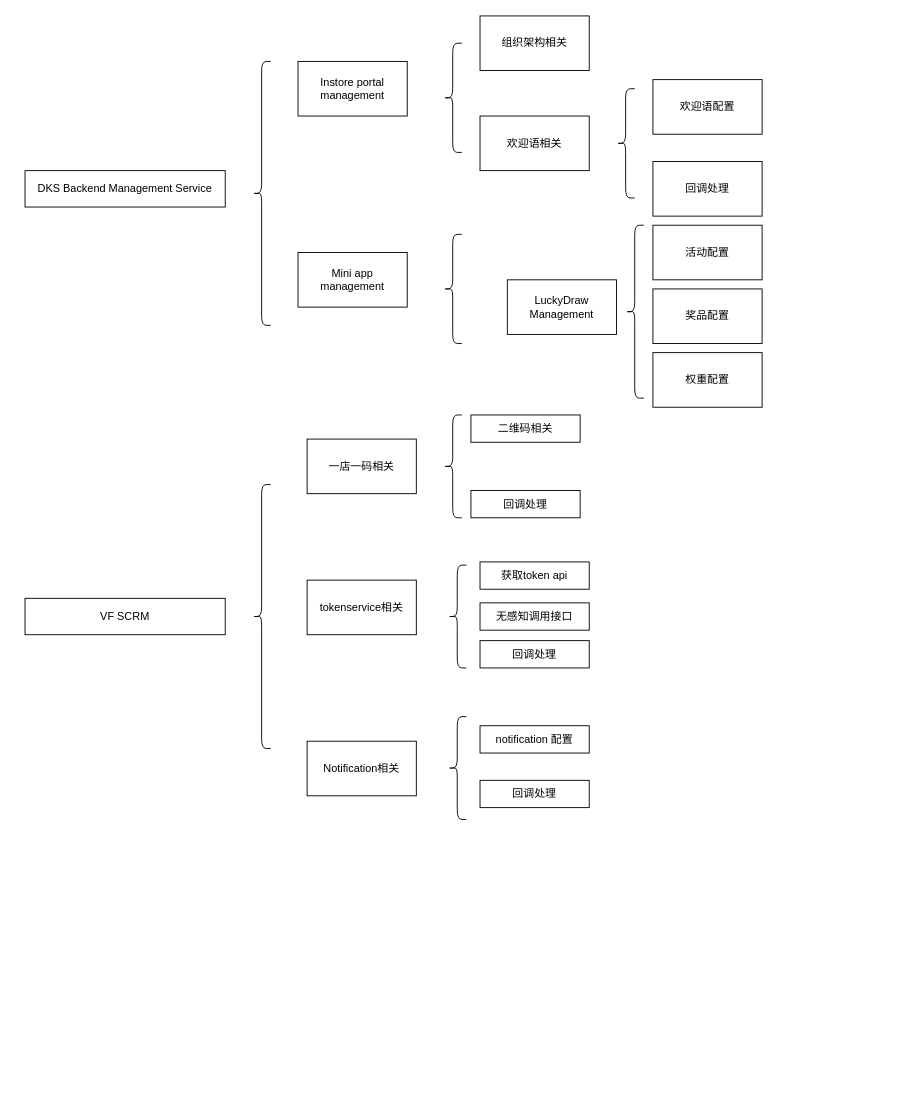
This is internal api list.drawio from yeahsyoung/diagram, a draw.io file, before an edit. Source tidied: cells renumbered, new cells numbered last; positions are measured from the earlier drawing's top-left corner, leaving out a move shared by most shapes. Both pictures are drawn from the tidied source at 91%, with x=0, y=0 at pixel (25, 15).
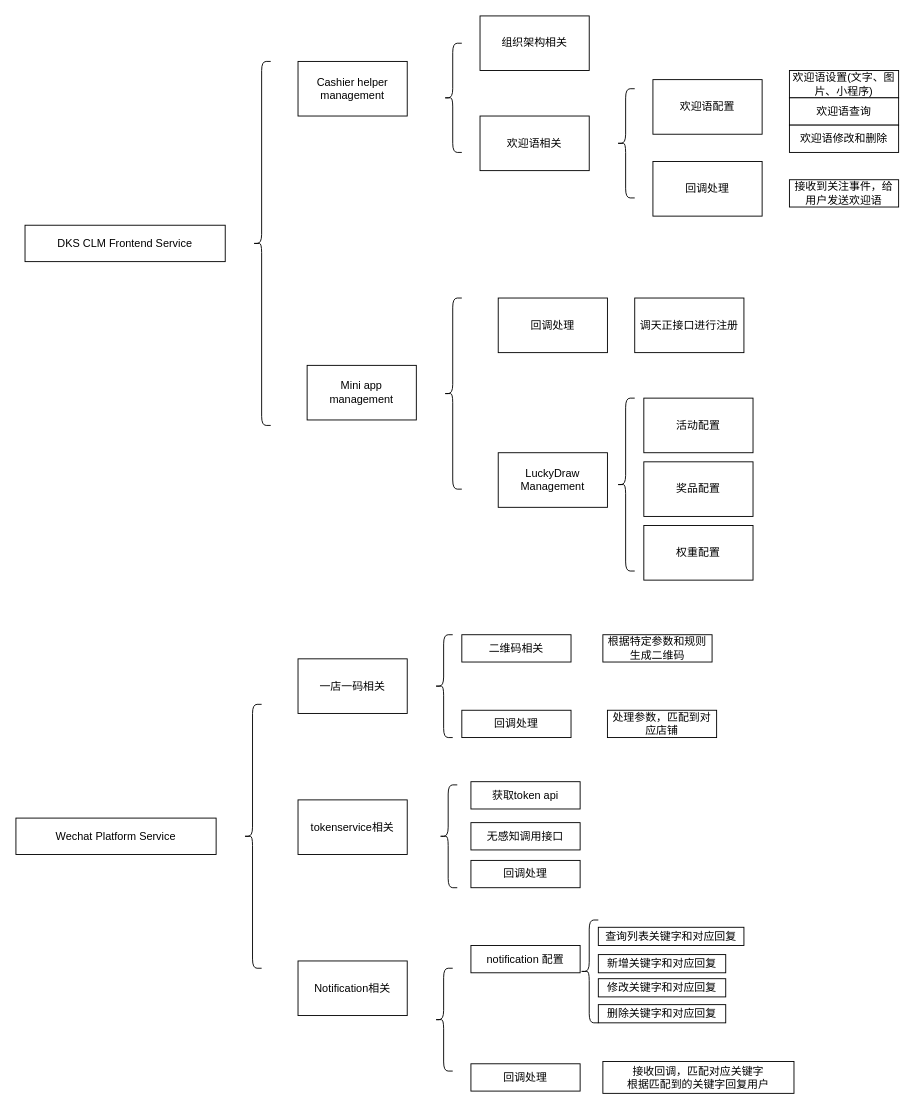
After the change.

Change to the diagram source:
```diff
@@
-    <mxCell id="2" value="DKS Backend Management Service" style="rounded=0;whiteSpace=wrap;html=1;" parent="1" vertex="1">
-      <mxGeometry y="170" width="220" height="40" as="geometry" />
+    <mxCell id="2" value="DKS CLM Frontend Service" style="rounded=0;whiteSpace=wrap;html=1;" parent="1" vertex="1">
+      <mxGeometry y="230" width="220" height="40" as="geometry" />
     </mxCell>
     <mxCell id="3" value="Mini app management" style="rounded=0;whiteSpace=wrap;html=1;" parent="1" vertex="1">
-      <mxGeometry x="300" y="260" width="120" height="60" as="geometry" />
+      <mxGeometry x="310" y="384" width="120" height="60" as="geometry" />
     </mxCell>
-    <mxCell id="4" value="Instore portal management" style="rounded=0;whiteSpace=wrap;html=1;" parent="1" vertex="1">
+    <mxCell id="4" value="Cashier helper management" style="rounded=0;whiteSpace=wrap;html=1;" parent="1" vertex="1">
       <mxGeometry x="300" y="50" width="120" height="60" as="geometry" />
     </mxCell>
-    <mxCell id="5" value="VF SCRM" style="rounded=0;whiteSpace=wrap;html=1;" parent="1" vertex="1">
-      <mxGeometry y="640" width="220" height="40" as="geometry" />
+    <mxCell id="5" value="Wechat Platform Service" style="rounded=0;whiteSpace=wrap;html=1;" parent="1" vertex="1">
+      <mxGeometry x="-10" y="881.5" width="220" height="40" as="geometry" />
     </mxCell>
     <mxCell id="6" style="shape=curlyBracket;whiteSpace=wrap;html=1;rounded=1;" parent="1" vertex="1">
-      <mxGeometry x="250" y="50" width="20" height="290" as="geometry" />
+      <mxGeometry x="250" y="50" width="20" height="400" as="geometry" />
     </mxCell>
     <mxCell id="7" style="shape=curlyBracket;whiteSpace=wrap;html=1;rounded=1;" parent="1" vertex="1">
-      <mxGeometry x="460" y="240" width="20" height="120" as="geometry" />
+      <mxGeometry x="460" y="310" width="20" height="210" as="geometry" />
     </mxCell>
     <mxCell id="8" value="LuckyDraw Management" style="whiteSpace=wrap;html=1;" parent="1" vertex="1">
-      <mxGeometry x="530" y="290" width="120" height="60" as="geometry" />
+      <mxGeometry x="520" y="480" width="120" height="60" as="geometry" />
     </mxCell>
@@
     <mxCell id="12" value="Notification相关" style="rounded=0;whiteSpace=wrap;html=1;" parent="1" vertex="1">
-      <mxGeometry x="310" y="797" width="120" height="60" as="geometry" />
+      <mxGeometry x="300" y="1038.5" width="120" height="60" as="geometry" />
     </mxCell>
     <mxCell id="13" value="tokenservice相关" style="rounded=0;whiteSpace=wrap;html=1;" parent="1" vertex="1">
-      <mxGeometry x="310" y="620" width="120" height="60" as="geometry" />
+      <mxGeometry x="300" y="861.5" width="120" height="60" as="geometry" />
     </mxCell>
     <mxCell id="14" style="shape=curlyBracket;whiteSpace=wrap;html=1;rounded=1;" parent="1" vertex="1">
-      <mxGeometry x="250" y="515" width="20" height="290" as="geometry" />
+      <mxGeometry x="240" y="756.5" width="20" height="290" as="geometry" />
     </mxCell>
     <mxCell id="15" value="一店一码相关" style="rounded=0;whiteSpace=wrap;html=1;" parent="1" vertex="1">
-      <mxGeometry x="310" y="465" width="120" height="60" as="geometry" />
+      <mxGeometry x="300" y="706.5" width="120" height="60" as="geometry" />
     </mxCell>
@@
     <mxCell id="19" style="shape=curlyBracket;whiteSpace=wrap;html=1;rounded=1;" parent="1" vertex="1">
-      <mxGeometry x="660" y="230" width="20" height="190" as="geometry" />
+      <mxGeometry x="650" y="420" width="20" height="190" as="geometry" />
     </mxCell>
     <mxCell id="20" value="活动配置" style="whiteSpace=wrap;html=1;" parent="1" vertex="1">
-      <mxGeometry x="690" y="230" width="120" height="60" as="geometry" />
+      <mxGeometry x="680" y="420" width="120" height="60" as="geometry" />
     </mxCell>
     <mxCell id="21" value="奖品配置" style="whiteSpace=wrap;html=1;" parent="1" vertex="1">
-      <mxGeometry x="690" y="300" width="120" height="60" as="geometry" />
+      <mxGeometry x="680" y="490" width="120" height="60" as="geometry" />
     </mxCell>
     <mxCell id="22" value="权重配置" style="whiteSpace=wrap;html=1;" parent="1" vertex="1">
-      <mxGeometry x="690" y="370" width="120" height="60" as="geometry" />
+      <mxGeometry x="680" y="560" width="120" height="60" as="geometry" />
     </mxCell>
     <mxCell id="23" style="shape=curlyBracket;whiteSpace=wrap;html=1;rounded=1;" parent="1" vertex="1">
-      <mxGeometry x="460" y="438.5" width="20" height="113" as="geometry" />
+      <mxGeometry x="450" y="680" width="20" height="113" as="geometry" />
     </mxCell>
     <mxCell id="24" value="二维码相关" style="whiteSpace=wrap;html=1;" parent="1" vertex="1">
-      <mxGeometry x="490" y="438.5" width="120" height="30" as="geometry" />
+      <mxGeometry x="480" y="680" width="120" height="30" as="geometry" />
     </mxCell>
     <mxCell id="25" value="回调处理" style="whiteSpace=wrap;html=1;" parent="1" vertex="1">
-      <mxGeometry x="490" y="521.5" width="120" height="30" as="geometry" />
+      <mxGeometry x="480" y="763" width="120" height="30" as="geometry" />
     </mxCell>
     <mxCell id="26" style="shape=curlyBracket;whiteSpace=wrap;html=1;rounded=1;" parent="1" vertex="1">
-      <mxGeometry x="465" y="603.5" width="20" height="113" as="geometry" />
+      <mxGeometry x="455" y="845" width="20" height="113" as="geometry" />
     </mxCell>
     <mxCell id="27" value="无感知调用接口" style="whiteSpace=wrap;html=1;" parent="1" vertex="1">
-      <mxGeometry x="500" y="645" width="120" height="30" as="geometry" />
+      <mxGeometry x="490" y="886.5" width="120" height="30" as="geometry" />
     </mxCell>
     <mxCell id="28" value="获取token api" style="whiteSpace=wrap;html=1;" parent="1" vertex="1">
-      <mxGeometry x="500" y="600" width="120" height="30" as="geometry" />
+      <mxGeometry x="490" y="841.5" width="120" height="30" as="geometry" />
     </mxCell>
     <mxCell id="29" value="回调处理" style="whiteSpace=wrap;html=1;" parent="1" vertex="1">
-      <mxGeometry x="500" y="686.5" width="120" height="30" as="geometry" />
+      <mxGeometry x="490" y="928" width="120" height="30" as="geometry" />
     </mxCell>
     <mxCell id="30" style="shape=curlyBracket;whiteSpace=wrap;html=1;rounded=1;" parent="1" vertex="1">
-      <mxGeometry x="465" y="770" width="20" height="113" as="geometry" />
+      <mxGeometry x="450" y="1046.5" width="20" height="113" as="geometry" />
     </mxCell>
     <mxCell id="31" value="notification 配置" style="whiteSpace=wrap;html=1;" parent="1" vertex="1">
-      <mxGeometry x="500" y="780" width="120" height="30" as="geometry" />
+      <mxGeometry x="490" y="1021.5" width="120" height="30" as="geometry" />
     </mxCell>
     <mxCell id="32" value="回调处理" style="whiteSpace=wrap;html=1;" parent="1" vertex="1">
-      <mxGeometry x="500" y="840" width="120" height="30" as="geometry" />
+      <mxGeometry x="490" y="1151.5" width="120" height="30" as="geometry" />
     </mxCell>
+    <mxCell id="33" value="新增关键字和对应回复" style="whiteSpace=wrap;html=1;" parent="1" vertex="1">
+      <mxGeometry x="630" y="1031.5" width="140" height="20" as="geometry" />
+    </mxCell>
+    <mxCell id="34" value="查询列表关键字和对应回复" style="whiteSpace=wrap;html=1;" parent="1" vertex="1">
+      <mxGeometry x="630" y="1001.5" width="160" height="20" as="geometry" />
+    </mxCell>
+    <mxCell id="35" value="修改关键字和对应回复" style="whiteSpace=wrap;html=1;" parent="1" vertex="1">
+      <mxGeometry x="630" y="1058" width="140" height="20" as="geometry" />
+    </mxCell>
+    <mxCell id="36" value="删除关键字和对应回复" style="whiteSpace=wrap;html=1;" parent="1" vertex="1">
+      <mxGeometry x="630" y="1086.5" width="140" height="20" as="geometry" />
+    </mxCell>
+    <mxCell id="37" style="shape=curlyBracket;whiteSpace=wrap;html=1;rounded=1;" parent="1" vertex="1">
+      <mxGeometry x="610" y="993.5" width="20" height="113" as="geometry" />
+    </mxCell>
+    <mxCell id="38" value="接收回调，匹配对应关键字&lt;br&gt;根据匹配到的关键字回复用户" style="whiteSpace=wrap;html=1;" parent="1" vertex="1">
+      <mxGeometry x="635" y="1149" width="210" height="35" as="geometry" />
+    </mxCell>
+    <mxCell id="39" value="根据特定参数和规则生成二维码" style="whiteSpace=wrap;html=1;" parent="1" vertex="1">
+      <mxGeometry x="635" y="680" width="120" height="30" as="geometry" />
+    </mxCell>
+    <mxCell id="40" value="处理参数，匹配到对应店铺" style="whiteSpace=wrap;html=1;" parent="1" vertex="1">
+      <mxGeometry x="640" y="763" width="120" height="30" as="geometry" />
+    </mxCell>
+    <mxCell id="41" value="接收到关注事件，给用户发送欢迎语" style="whiteSpace=wrap;html=1;" parent="1" vertex="1">
+      <mxGeometry x="840" y="180" width="120" height="30" as="geometry" />
+    </mxCell>
+    <mxCell id="42" value="欢迎语设置(文字、图片、小程序)" style="whiteSpace=wrap;html=1;" parent="1" vertex="1">
+      <mxGeometry x="840" y="60" width="120" height="30" as="geometry" />
+    </mxCell>
+    <mxCell id="43" value="欢迎语查询" style="whiteSpace=wrap;html=1;" parent="1" vertex="1">
+      <mxGeometry x="840" y="90" width="120" height="30" as="geometry" />
+    </mxCell>
+    <mxCell id="44" value="欢迎语修改和删除" style="whiteSpace=wrap;html=1;" parent="1" vertex="1">
+      <mxGeometry x="840" y="120" width="120" height="30" as="geometry" />
+    </mxCell>
+    <mxCell id="45" value="回调处理" style="whiteSpace=wrap;html=1;" parent="1" vertex="1">
+      <mxGeometry x="520" y="310" width="120" height="60" as="geometry" />
+    </mxCell>
+    <mxCell id="46" value="调天正接口进行注册" style="whiteSpace=wrap;html=1;" parent="1" vertex="1">
+      <mxGeometry x="670" y="310" width="120" height="60" as="geometry" />
+    </mxCell>
```
